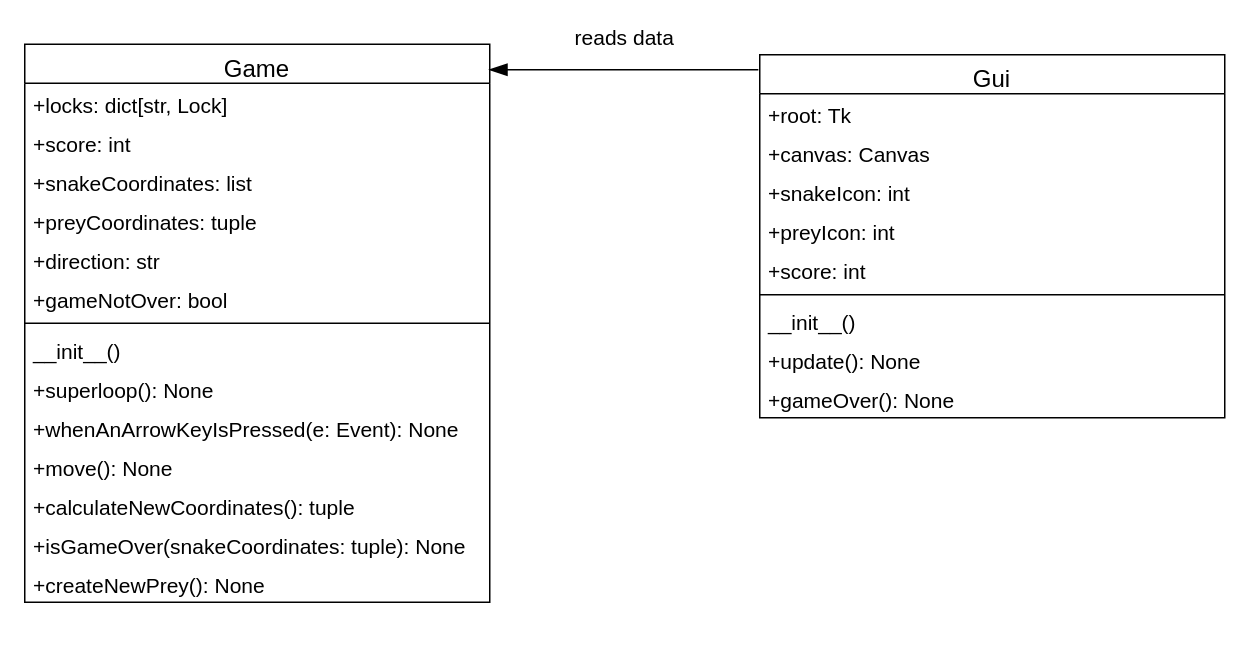
Earlier version of the draw.io diagram page "Part_1_Alternate_ClassDiagrams" (2 of 2) of Documentation/Diagrams.drawio (Dipto9999/TCP_Chat_Application). Source tidied: cells renumbered, new cells numbered last; positions are measured from the earlier drawing's top-left corner, leaving out a move shared by most shapes. Both pictures are drawn from the tidied source at 150%, with x=0, y=0 at pixel (24, 44).
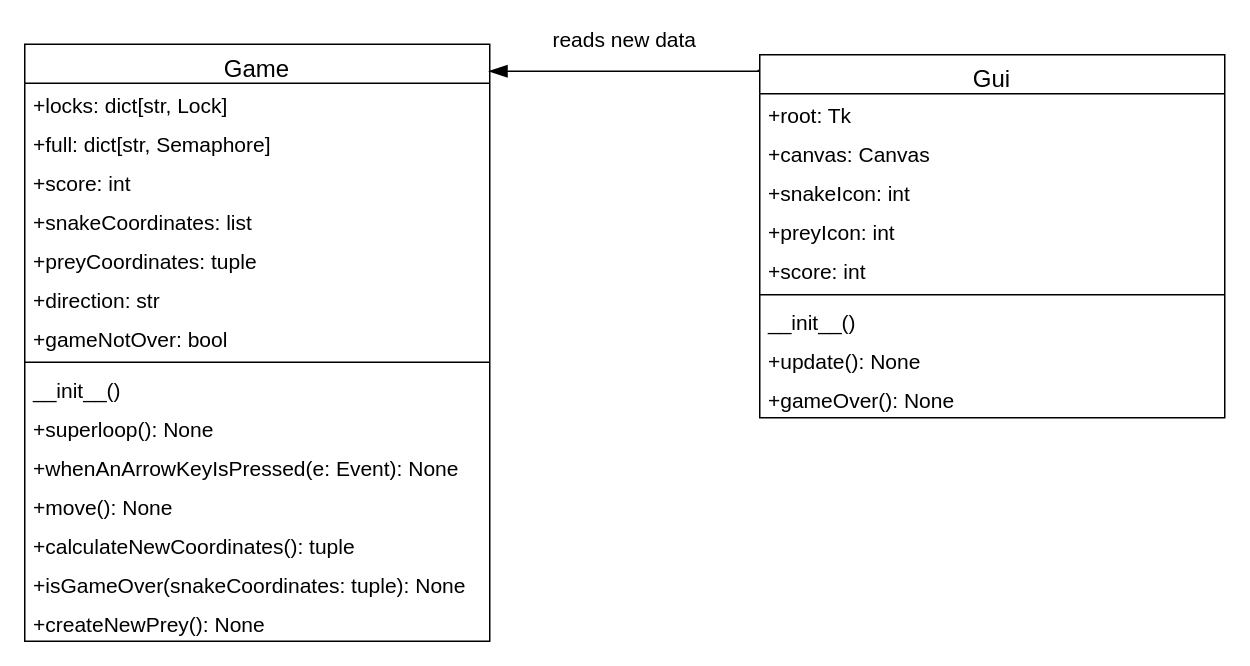
Above is the later version.

Unchanged cells that the change refers to:
```xml
<mxCell id="2" value="Gui" style="swimlane;fontStyle=0;align=center;verticalAlign=top;horizontal=1;startSize=26;rounded=0;shadow=0;strokeWidth=1;fontSize=16;" parent="1" vertex="1">
  <mxGeometry x="490" y="7" width="310" height="242" as="geometry" />
</mxCell>
```

Change to the diagram source:
```diff
@@
     <mxCell id="12" value="Game" style="swimlane;fontStyle=0;align=center;verticalAlign=top;horizontal=1;startSize=26;rounded=0;shadow=0;strokeWidth=1;fontSize=16;" parent="1" vertex="1">
-      <mxGeometry width="310" height="372" as="geometry" />
+      <mxGeometry width="310" height="398" as="geometry" />
     </mxCell>
@@
+    <mxCell id="28" value="+full: dict[str, Semaphore]&#10;" style="text;align=left;verticalAlign=top;spacingLeft=4;spacingRight=4;overflow=hidden;fontSize=14;" parent="12" vertex="1">
+      <mxGeometry y="52" width="310" height="26" as="geometry" />
+    </mxCell>
     <mxCell id="14" value="+score: int&#10;" style="text;align=left;verticalAlign=top;spacingLeft=4;spacingRight=4;overflow=hidden;fontSize=14;" parent="12" vertex="1">
-      <mxGeometry y="52" width="310" height="26" as="geometry" />
+      <mxGeometry y="78" width="310" height="26" as="geometry" />
     </mxCell>
     <mxCell id="15" value="+snakeCoordinates: list&#10;" style="text;align=left;verticalAlign=top;spacingLeft=4;spacingRight=4;overflow=hidden;fontSize=14;" parent="12" vertex="1">
-      <mxGeometry y="78" width="310" height="26" as="geometry" />
+      <mxGeometry y="104" width="310" height="26" as="geometry" />
     </mxCell>
     <mxCell id="16" value="+preyCoordinates: tuple&#10;" style="text;align=left;verticalAlign=top;spacingLeft=4;spacingRight=4;overflow=hidden;fontSize=14;" parent="12" vertex="1">
-      <mxGeometry y="104" width="310" height="26" as="geometry" />
+      <mxGeometry y="130" width="310" height="26" as="geometry" />
     </mxCell>
     <mxCell id="17" value="+direction: str&#10;" style="text;align=left;verticalAlign=top;spacingLeft=4;spacingRight=4;overflow=hidden;fontSize=14;" parent="12" vertex="1">
-      <mxGeometry y="130" width="310" height="26" as="geometry" />
+      <mxGeometry y="156" width="310" height="26" as="geometry" />
     </mxCell>
     <mxCell id="18" value="+gameNotOver: bool&#10;" style="text;align=left;verticalAlign=top;spacingLeft=4;spacingRight=4;overflow=hidden;fontSize=14;" parent="12" vertex="1">
-      <mxGeometry y="156" width="310" height="26" as="geometry" />
+      <mxGeometry y="182" width="310" height="26" as="geometry" />
     </mxCell>
     <mxCell id="19" style="line;html=1;strokeWidth=1;align=left;verticalAlign=middle;spacingTop=-1;spacingLeft=3;spacingRight=3;labelPosition=right;" parent="12" vertex="1">
-      <mxGeometry y="182" width="310" height="8" as="geometry" />
+      <mxGeometry y="208" width="310" height="8" as="geometry" />
     </mxCell>
     <mxCell id="20" value="__init__()&#10;" style="text;align=left;verticalAlign=top;spacingLeft=4;spacingRight=4;overflow=hidden;fontSize=14;" parent="12" vertex="1">
-      <mxGeometry y="190" width="310" height="26" as="geometry" />
+      <mxGeometry y="216" width="310" height="26" as="geometry" />
     </mxCell>
     <mxCell id="21" value="+superloop(): None" style="text;align=left;verticalAlign=top;spacingLeft=4;spacingRight=4;overflow=hidden;fontStyle=0;fontSize=14;" parent="12" vertex="1">
-      <mxGeometry y="216" width="310" height="26" as="geometry" />
+      <mxGeometry y="242" width="310" height="26" as="geometry" />
     </mxCell>
     <mxCell id="22" value="+whenAnArrowKeyIsPressed(e: Event): None" style="text;align=left;verticalAlign=top;spacingLeft=4;spacingRight=4;overflow=hidden;fontStyle=0;fontSize=14;" parent="12" vertex="1">
-      <mxGeometry y="242" width="310" height="26" as="geometry" />
+      <mxGeometry y="268" width="310" height="26" as="geometry" />
     </mxCell>
     <mxCell id="23" value="+move(): None" style="text;align=left;verticalAlign=top;spacingLeft=4;spacingRight=4;overflow=hidden;fontStyle=0;fontSize=14;" parent="12" vertex="1">
-      <mxGeometry y="268" width="310" height="26" as="geometry" />
+      <mxGeometry y="294" width="310" height="26" as="geometry" />
     </mxCell>
     <mxCell id="24" value="+calculateNewCoordinates(): tuple" style="text;align=left;verticalAlign=top;spacingLeft=4;spacingRight=4;overflow=hidden;fontStyle=0;fontSize=14;" parent="12" vertex="1">
-      <mxGeometry y="294" width="310" height="26" as="geometry" />
+      <mxGeometry y="320" width="310" height="26" as="geometry" />
     </mxCell>
     <mxCell id="25" value="+isGameOver(snakeCoordinates: tuple): None" style="text;align=left;verticalAlign=top;spacingLeft=4;spacingRight=4;overflow=hidden;fontStyle=0;fontSize=14;" parent="12" vertex="1">
-      <mxGeometry y="320" width="310" height="26" as="geometry" />
+      <mxGeometry y="346" width="310" height="26" as="geometry" />
     </mxCell>
     <mxCell id="26" value="+createNewPrey(): None" style="text;align=left;verticalAlign=top;spacingLeft=4;spacingRight=4;overflow=hidden;fontStyle=0;fontSize=14;" parent="12" vertex="1">
-      <mxGeometry y="346" width="310" height="26" as="geometry" />
+      <mxGeometry y="372" width="310" height="26" as="geometry" />
     </mxCell>
-    <mxCell id="27" value="reads data" style="endArrow=blockThin;endSize=10;endFill=1;shadow=0;strokeWidth=1;rounded=0;curved=0;edgeStyle=elbowEdgeStyle;elbow=vertical;fontSize=14;exitX=-0.003;exitY=0.041;exitDx=0;exitDy=0;exitPerimeter=0;entryX=0.998;entryY=0.047;entryDx=0;entryDy=0;entryPerimeter=0;" parent="1" edge="1" source="2" target="12">
+    <mxCell id="27" value="reads new data" style="endArrow=blockThin;endSize=10;endFill=1;shadow=0;strokeWidth=1;rounded=0;curved=0;edgeStyle=elbowEdgeStyle;elbow=vertical;fontSize=14;exitX=-0.003;exitY=0.041;exitDx=0;exitDy=0;exitPerimeter=0;entryX=0.998;entryY=0.047;entryDx=0;entryDy=0;entryPerimeter=0;" parent="1" edge="1" source="2" target="12">
       <mxGeometry x="-0.01" y="-22" relative="1" as="geometry" />
     </mxCell>
```
